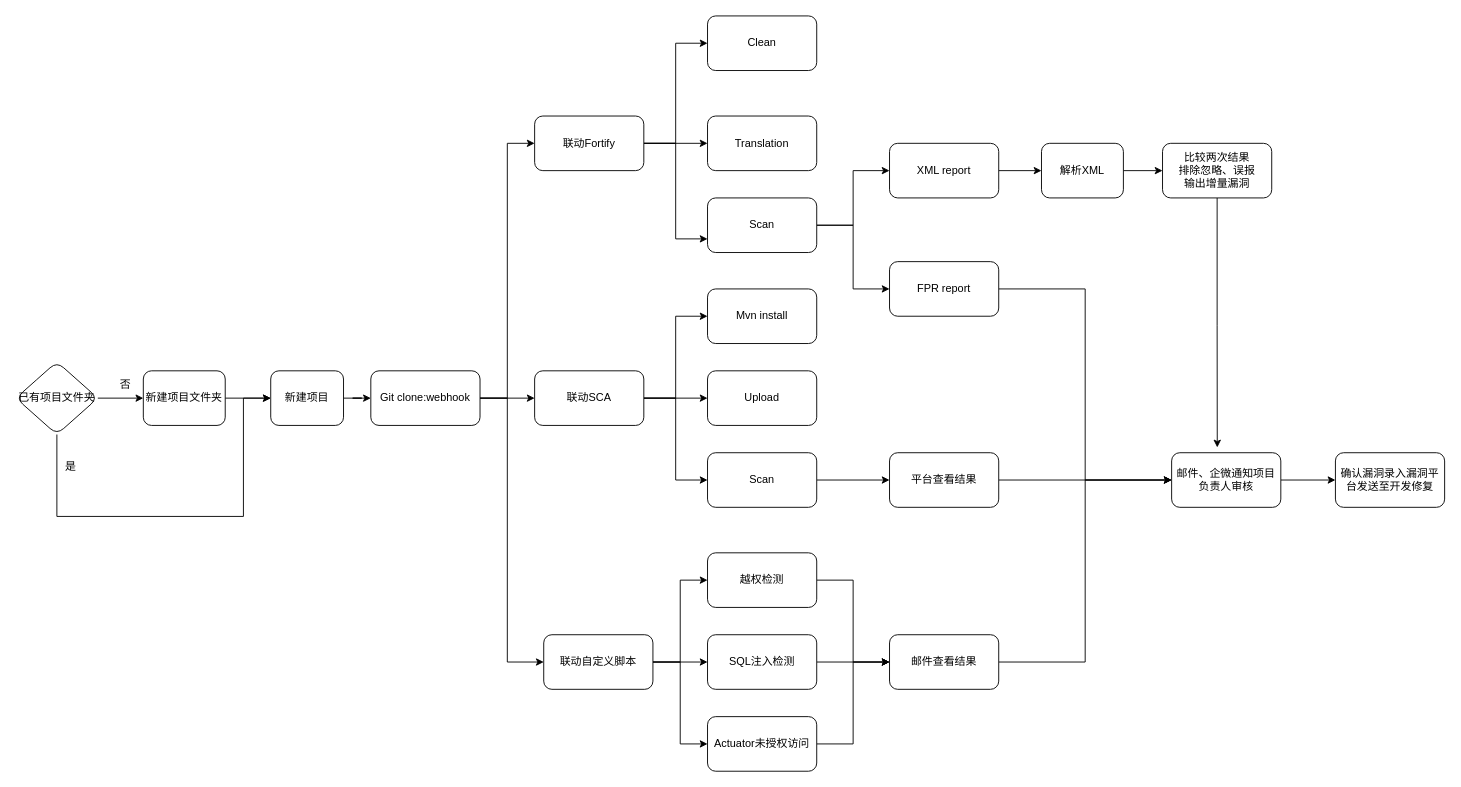
Above: Jenkins.drawio in grayes/draw.io (draw.io), before the change. Source tidied: cells renumbered, new cells numbered last; positions are measured from the earlier drawing's top-left corner, leaving out a move shared by most shapes. Both pictures are drawn from the tidied source at 91%, with x=0, y=0 at pixel (15, 15).
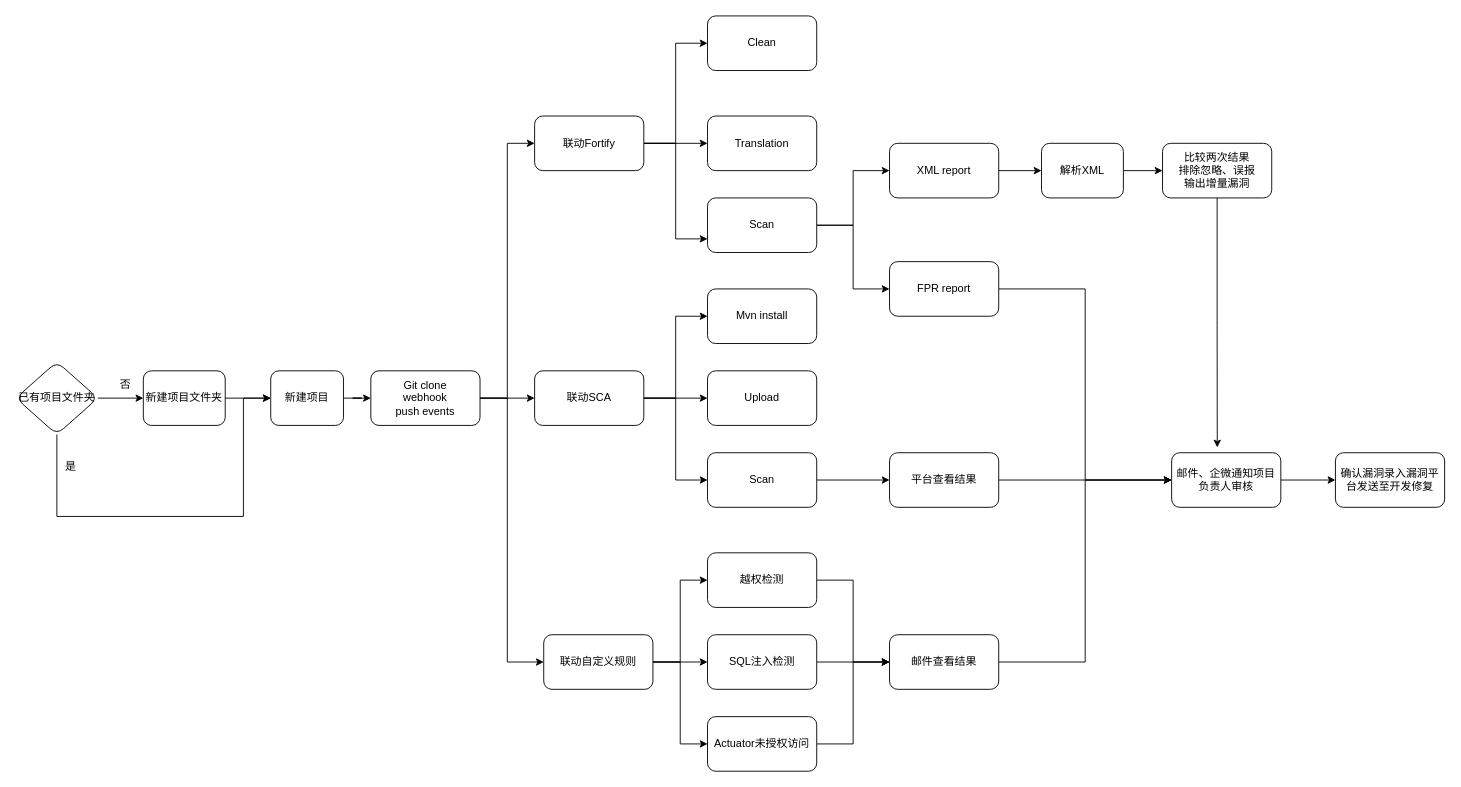
After the change.

Diff of the diagram source:
```diff
@@
-    <mxCell id="15" value="联动自定义脚本" style="whiteSpace=wrap;html=1;rounded=1;" parent="1" vertex="1">
+    <mxCell id="15" value="联动自定义规则" style="whiteSpace=wrap;html=1;rounded=1;" parent="1" vertex="1">
       <mxGeometry x="580" y="680" width="120" height="60" as="geometry" />
     </mxCell>
@@
-    <mxCell id="33" value="Git clone:webhook" style="rounded=1;whiteSpace=wrap;html=1;" parent="1" vertex="1">
+    <mxCell id="33" value="Git clone&lt;br&gt;webhook &lt;br&gt;push events" style="rounded=1;whiteSpace=wrap;html=1;" parent="1" vertex="1">
       <mxGeometry x="390" y="390" width="120" height="60" as="geometry" />
     </mxCell>
```
